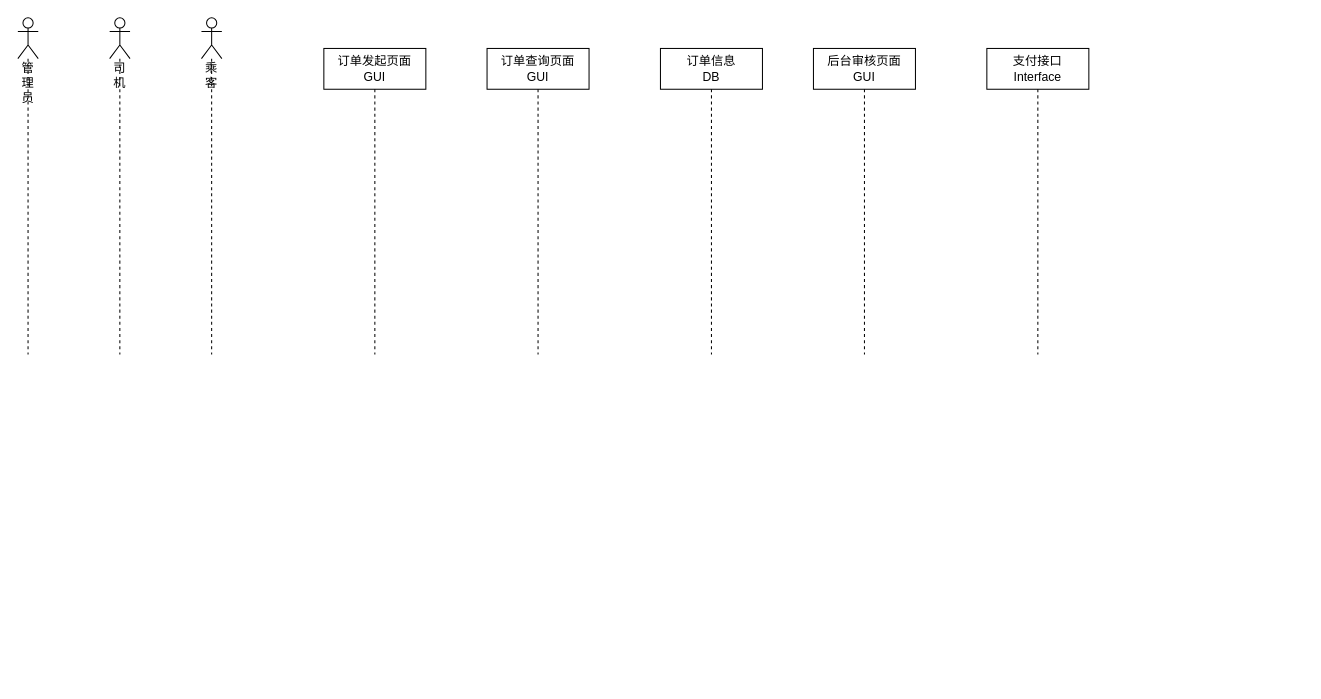
Earlier version of the draw.io diagram IS_HW_2_SD.drawio (YuanchenZhu2020/DrawIO). Source tidied: cells renumbered, new cells numbered last; positions are measured from the earlier drawing's top-left corner, leaving out a move shared by most shapes. Both pictures are drawn from the tidied source at 102%, with x=0, y=0 at pixel (17, 17).
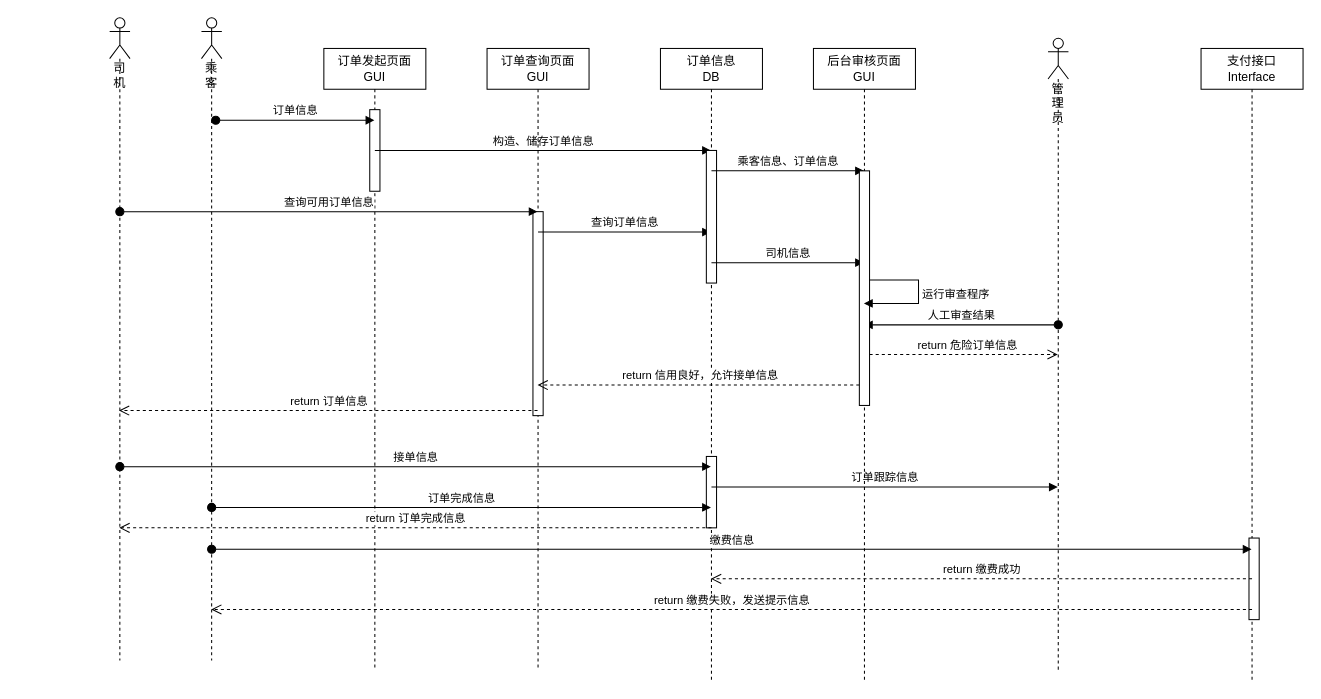
The same diagram, later.

Change to the diagram source:
```diff
@@
     <mxCell id="2" value="订单发起页面&lt;br&gt;GUI" style="shape=umlLifeline;perimeter=lifelinePerimeter;whiteSpace=wrap;html=1;" parent="1" vertex="1">
-      <mxGeometry x="300" y="30" width="100" height="300" as="geometry" />
+      <mxGeometry x="300" y="30" width="100" height="610" as="geometry" />
     </mxCell>
+    <mxCell id="10" style="html=1;perimeter=orthogonalPerimeter;" parent="2" vertex="1">
+      <mxGeometry x="45" y="60" width="10" height="80" as="geometry" />
+    </mxCell>
+    <mxCell id="11" value="构造、储存订单信息" style="html=1;verticalAlign=bottom;startArrow=none;startFill=0;endArrow=block;startSize=8;" parent="2" edge="1" target="4">
+      <mxGeometry relative="1" as="geometry">
+        <mxPoint x="50" y="100" as="sourcePoint" />
+      </mxGeometry>
+    </mxCell>
     <mxCell id="3" value="订单查询页面&lt;br&gt;GUI" style="shape=umlLifeline;perimeter=lifelinePerimeter;whiteSpace=wrap;html=1;outlineConnect=0;" parent="1" vertex="1">
-      <mxGeometry x="460" y="30" width="100" height="300" as="geometry" />
+      <mxGeometry x="460" y="30" width="100" height="610" as="geometry" />
     </mxCell>
+    <mxCell id="12" style="html=1;perimeter=orthogonalPerimeter;" parent="3" vertex="1">
+      <mxGeometry x="45" y="160" width="10" height="200" as="geometry" />
+    </mxCell>
+    <mxCell id="13" value="查询订单信息" style="html=1;verticalAlign=bottom;startArrow=none;startFill=0;endArrow=block;startSize=8;" parent="3" edge="1" target="4">
+      <mxGeometry relative="1" as="geometry">
+        <mxPoint x="50" y="180" as="sourcePoint" />
+      </mxGeometry>
+    </mxCell>
     <mxCell id="4" value="订单信息&lt;br&gt;DB" style="shape=umlLifeline;perimeter=lifelinePerimeter;whiteSpace=wrap;html=1;outlineConnect=0;" parent="1" vertex="1">
-      <mxGeometry x="630" y="30" width="100" height="300" as="geometry" />
+      <mxGeometry x="630" y="30" width="100" height="620" as="geometry" />
     </mxCell>
+    <mxCell id="14" style="html=1;perimeter=orthogonalPerimeter;" parent="4" vertex="1">
+      <mxGeometry x="45" y="100" width="10" height="130" as="geometry" />
+    </mxCell>
+    <mxCell id="15" value="司机信息" style="html=1;verticalAlign=bottom;startArrow=none;startFill=0;endArrow=block;startSize=8;" parent="4" edge="1" target="5">
+      <mxGeometry relative="1" as="geometry">
+        <mxPoint x="50" y="210" as="sourcePoint" />
+      </mxGeometry>
+    </mxCell>
+    <mxCell id="16" value="乘客信息、订单信息" style="html=1;verticalAlign=bottom;startArrow=none;startFill=0;endArrow=block;startSize=8;" parent="4" edge="1" target="5">
+      <mxGeometry relative="1" as="geometry">
+        <mxPoint x="50" y="120" as="sourcePoint" />
+      </mxGeometry>
+    </mxCell>
+    <mxCell id="17" style="html=1;perimeter=orthogonalPerimeter;" parent="4" vertex="1">
+      <mxGeometry x="45" y="400" width="10" height="70" as="geometry" />
+    </mxCell>
+    <mxCell id="18" value="订单跟踪信息" style="html=1;verticalAlign=bottom;endArrow=block;" parent="4" edge="1" target="9">
+      <mxGeometry relative="1" as="geometry">
+        <mxPoint x="50" y="430" as="sourcePoint" />
+      </mxGeometry>
+    </mxCell>
     <mxCell id="5" value="后台审核页面&lt;br&gt;GUI" style="shape=umlLifeline;perimeter=lifelinePerimeter;whiteSpace=wrap;html=1;outlineConnect=0;" parent="1" vertex="1">
-      <mxGeometry x="780" y="30" width="100" height="300" as="geometry" />
+      <mxGeometry x="780" y="30" width="100" height="620" as="geometry" />
     </mxCell>
+    <mxCell id="19" value="return 信用良好，允许接单信息" style="html=1;verticalAlign=bottom;endArrow=open;dashed=1;endSize=8;" parent="5" edge="1" target="3">
+      <mxGeometry x="-0.02" relative="1" as="geometry">
+        <mxPoint x="45" y="330" as="sourcePoint" />
+        <mxPoint x="-1" as="offset" />
+      </mxGeometry>
+    </mxCell>
     <mxCell id="6" value="支付接口&lt;br&gt;Interface" style="shape=umlLifeline;perimeter=lifelinePerimeter;whiteSpace=wrap;html=1;" parent="1" vertex="1">
-      <mxGeometry x="950" y="30" width="100" height="300" as="geometry" />
+      <mxGeometry x="1160" y="30" width="100" height="620" as="geometry" />
     </mxCell>
+    <mxCell id="20" style="html=1;perimeter=orthogonalPerimeter;" parent="6" vertex="1">
+      <mxGeometry x="47" y="480" width="10" height="80" as="geometry" />
+    </mxCell>
     <mxCell id="7" value="乘客" style="shape=umlLifeline;participant=umlActor;perimeter=lifelinePerimeter;whiteSpace=wrap;html=1;verticalAlign=top;spacingTop=36;outlineConnect=0;" parent="1" vertex="1">
-      <mxGeometry x="180" width="20" height="330" as="geometry" />
+      <mxGeometry x="180" width="20" height="630" as="geometry" />
     </mxCell>
+    <mxCell id="21" value="订单完成信息" style="html=1;verticalAlign=bottom;startArrow=oval;startFill=1;endArrow=block;startSize=8;" parent="7" edge="1" target="4">
+      <mxGeometry relative="1" as="geometry">
+        <mxPoint x="10" y="480" as="sourcePoint" />
+      </mxGeometry>
+    </mxCell>
+    <mxCell id="22" value="缴费信息" style="html=1;verticalAlign=bottom;startArrow=oval;startFill=1;endArrow=block;startSize=8;" parent="7" edge="1">
+      <mxGeometry relative="1" as="geometry">
+        <mxPoint x="10" y="521" as="sourcePoint" />
+        <mxPoint x="1029.5" y="521" as="targetPoint" />
+      </mxGeometry>
+    </mxCell>
     <mxCell id="8" value="司机" style="shape=umlLifeline;participant=umlActor;perimeter=lifelinePerimeter;whiteSpace=wrap;html=1;verticalAlign=top;spacingTop=36;outlineConnect=0;" parent="1" vertex="1">
-      <mxGeometry x="90" width="20" height="330" as="geometry" />
+      <mxGeometry x="90" width="20" height="630" as="geometry" />
     </mxCell>
+    <mxCell id="23" value="查询可用订单信息" style="html=1;verticalAlign=bottom;startArrow=oval;startFill=1;endArrow=block;startSize=8;" parent="8" edge="1" target="3">
+      <mxGeometry relative="1" as="geometry">
+        <mxPoint x="10" y="190" as="sourcePoint" />
+      </mxGeometry>
+    </mxCell>
+    <mxCell id="24" value="接单信息" style="html=1;verticalAlign=bottom;startArrow=oval;startFill=1;endArrow=block;startSize=8;" parent="8" edge="1" target="4">
+      <mxGeometry relative="1" as="geometry">
+        <mxPoint x="10" y="440" as="sourcePoint" />
+      </mxGeometry>
+    </mxCell>
     <mxCell id="9" value="管理员" style="shape=umlLifeline;participant=umlActor;perimeter=lifelinePerimeter;whiteSpace=wrap;html=1;verticalAlign=top;spacingTop=36;outlineConnect=0;" parent="1" vertex="1">
-      <mxGeometry width="20" height="330" as="geometry" />
+      <mxGeometry x="1010" y="20" width="20" height="620" as="geometry" />
     </mxCell>
+    <mxCell id="25" value="人工审查结果" style="html=1;verticalAlign=bottom;startArrow=oval;startFill=1;endArrow=block;startSize=8;" parent="9" edge="1" target="5">
+      <mxGeometry relative="1" as="geometry">
+        <mxPoint x="10" y="281" as="sourcePoint" />
+      </mxGeometry>
+    </mxCell>
+    <mxCell id="26" value="订单信息" style="html=1;verticalAlign=bottom;startArrow=oval;startFill=1;endArrow=block;startSize=8;exitX=0.7;exitY=0.299;exitDx=0;exitDy=0;exitPerimeter=0;" parent="1" edge="1">
+      <mxGeometry relative="1" as="geometry">
+        <mxPoint x="194" y="100.4" as="sourcePoint" />
+        <mxPoint x="349.5" y="100.4" as="targetPoint" />
+      </mxGeometry>
+    </mxCell>
+    <mxCell id="27" value="return 危险订单信息" style="html=1;verticalAlign=bottom;endArrow=open;dashed=1;endSize=8;" parent="1" edge="1" target="9">
+      <mxGeometry x="0.03" relative="1" as="geometry">
+        <mxPoint x="835" y="330" as="sourcePoint" />
+        <mxPoint x="1" as="offset" />
+      </mxGeometry>
+    </mxCell>
+    <mxCell id="28" style="html=1;perimeter=orthogonalPerimeter;" parent="1" vertex="1">
+      <mxGeometry x="825" y="150" width="10" height="230" as="geometry" />
+    </mxCell>
+    <mxCell id="29" value="运行审查程序" style="edgeStyle=orthogonalEdgeStyle;html=1;align=left;spacingLeft=2;endArrow=block;rounded=0;" parent="1" edge="1" target="5">
+      <mxGeometry relative="1" as="geometry">
+        <mxPoint x="835" y="257" as="sourcePoint" />
+        <Array as="points">
+          <mxPoint x="883" y="257" />
+          <mxPoint x="883" y="280" />
+        </Array>
+      </mxGeometry>
+    </mxCell>
+    <mxCell id="30" value="return 订单信息" style="html=1;verticalAlign=bottom;endArrow=open;dashed=1;endSize=8;" parent="1" edge="1">
+      <mxGeometry relative="1" as="geometry">
+        <mxPoint x="509.5" y="385" as="sourcePoint" />
+        <mxPoint x="99.1" y="385" as="targetPoint" />
+      </mxGeometry>
+    </mxCell>
+    <mxCell id="31" value="return 订单完成信息" style="html=1;verticalAlign=bottom;endArrow=open;dashed=1;endSize=8;" parent="1" edge="1" target="8">
+      <mxGeometry relative="1" as="geometry">
+        <mxPoint x="680" y="500" as="sourcePoint" />
+      </mxGeometry>
+    </mxCell>
+    <mxCell id="32" value="return 缴费成功" style="html=1;verticalAlign=bottom;endArrow=open;dashed=1;endSize=8;" parent="1" edge="1" target="4">
+      <mxGeometry relative="1" as="geometry">
+        <mxPoint x="1210" y="550" as="sourcePoint" />
+      </mxGeometry>
+    </mxCell>
+    <mxCell id="33" value="return 缴费失败，发送提示信息" style="html=1;verticalAlign=bottom;endArrow=open;dashed=1;endSize=8;" parent="1" edge="1" target="7">
+      <mxGeometry relative="1" as="geometry">
+        <mxPoint x="1210" y="580" as="sourcePoint" />
+      </mxGeometry>
+    </mxCell>
```
